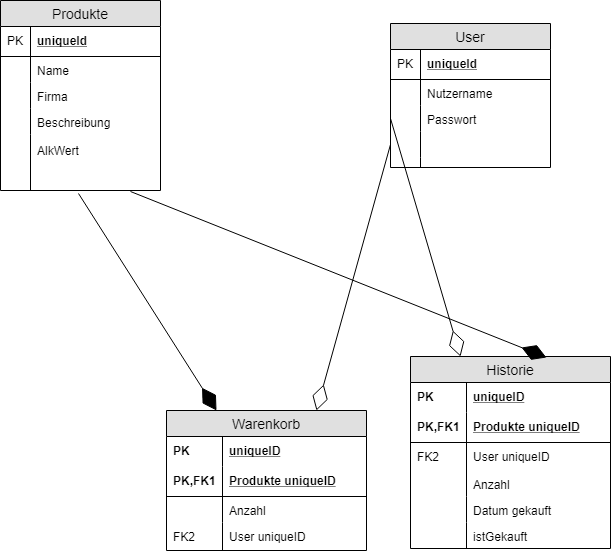
Earlier version of the draw.io export Planung/Datenbank.png (Lubims/partyplaner.lubims). Source tidied: cells renumbered, new cells last; positions are measured from the earlier drawing's top-left corner, leaving out a move shared by most shapes.
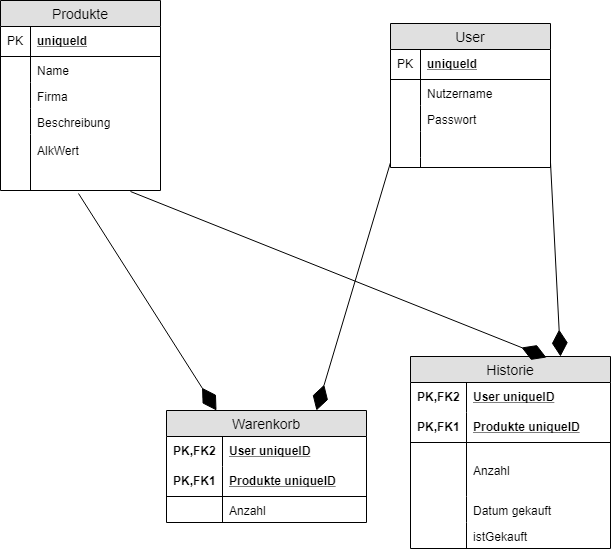
The same diagram one commit later.

Diff of the diagram source:
```diff
@@ -69,12 +69,12 @@
       <mxGeometry width="30" height="10" as="geometry" />
     </mxCell>
     <mxCell id="24" value="Warenkorb" style="swimlane;fontStyle=0;horizontal=1;startSize=26;fillColor=#e0e0e0;swimlaneFillColor=#ffffff;align=center;fontSize=14;" parent="1" vertex="1">
-      <mxGeometry x="166" y="410" width="200" height="140" as="geometry" />
+      <mxGeometry x="166" y="410" width="200" height="112" as="geometry" />
     </mxCell>
-    <mxCell id="25" value="uniqueID" style="shape=partialRectangle;top=0;left=0;right=0;bottom=0;align=left;verticalAlign=middle;fillColor=none;spacingLeft=60;spacingRight=4;overflow=hidden;fontStyle=5;fontSize=12;" parent="24" vertex="1">
+    <mxCell id="25" value="User uniqueID" style="shape=partialRectangle;top=0;left=0;right=0;bottom=0;align=left;verticalAlign=middle;fillColor=none;spacingLeft=60;spacingRight=4;overflow=hidden;fontStyle=5;fontSize=12;" parent="24" vertex="1">
       <mxGeometry y="26" width="200" height="30" as="geometry" />
     </mxCell>
-    <mxCell id="26" value="PK" style="shape=partialRectangle;fontStyle=1;top=0;left=0;bottom=0;fillColor=none;align=left;verticalAlign=middle;spacingLeft=4;spacingRight=4;overflow=hidden;fontSize=12;" parent="25" vertex="1">
+    <mxCell id="26" value="PK,FK2" style="shape=partialRectangle;fontStyle=1;top=0;left=0;bottom=0;fillColor=none;align=left;verticalAlign=middle;spacingLeft=4;spacingRight=4;overflow=hidden;fontSize=12;" parent="25" vertex="1">
       <mxGeometry width="56" height="30" as="geometry" />
     </mxCell>
     <mxCell id="27" value="Produkte uniqueID" style="shape=partialRectangle;top=0;left=0;right=0;bottom=1;align=left;verticalAlign=middle;fillColor=none;spacingLeft=60;spacingRight=4;overflow=hidden;fontStyle=5;fontSize=12;" parent="24" vertex="1">
@@ -89,12 +89,6 @@
     <mxCell id="30" style="shape=partialRectangle;top=0;left=0;bottom=0;fillColor=none;align=left;verticalAlign=top;spacingLeft=4;spacingRight=4;overflow=hidden;fontSize=12;" parent="29" vertex="1">
       <mxGeometry width="56" height="26" as="geometry" />
     </mxCell>
-    <mxCell id="31" value="User uniqueID" style="shape=partialRectangle;top=0;left=0;right=0;bottom=0;align=left;verticalAlign=top;fillColor=none;spacingLeft=60;spacingRight=4;overflow=hidden;fontSize=12;" parent="24" vertex="1">
-      <mxGeometry y="112" width="200" height="28" as="geometry" />
-    </mxCell>
-    <mxCell id="32" value="FK2" style="shape=partialRectangle;top=0;left=0;bottom=0;fillColor=none;align=left;verticalAlign=top;spacingLeft=4;spacingRight=4;overflow=hidden;fontSize=12;" parent="31" vertex="1">
-      <mxGeometry width="56" height="28" as="geometry" />
-    </mxCell>
     <mxCell id="33" value="AlkWert" style="shape=partialRectangle;top=0;left=0;right=0;bottom=0;align=left;verticalAlign=top;fillColor=none;spacingLeft=34;spacingRight=4;overflow=hidden;fontSize=12;" parent="1" vertex="1">
       <mxGeometry y="136" width="160" height="26" as="geometry" />
     </mxCell>
@@ -104,10 +98,10 @@
     <mxCell id="35" value="Historie" style="swimlane;fontStyle=0;horizontal=1;startSize=26;fillColor=#e0e0e0;swimlaneFillColor=#ffffff;align=center;fontSize=14;" parent="1" vertex="1">
       <mxGeometry x="410" y="356" width="200" height="192" as="geometry" />
     </mxCell>
-    <mxCell id="36" value="uniqueID" style="shape=partialRectangle;top=0;left=0;right=0;bottom=0;align=left;verticalAlign=middle;fillColor=none;spacingLeft=60;spacingRight=4;overflow=hidden;fontStyle=5;fontSize=12;" parent="35" vertex="1">
+    <mxCell id="36" value="User uniqueID" style="shape=partialRectangle;top=0;left=0;right=0;bottom=0;align=left;verticalAlign=middle;fillColor=none;spacingLeft=60;spacingRight=4;overflow=hidden;fontStyle=5;fontSize=12;" parent="35" vertex="1">
       <mxGeometry y="26" width="200" height="30" as="geometry" />
     </mxCell>
-    <mxCell id="37" value="PK" style="shape=partialRectangle;fontStyle=1;top=0;left=0;bottom=0;fillColor=none;align=left;verticalAlign=middle;spacingLeft=4;spacingRight=4;overflow=hidden;fontSize=12;" parent="36" vertex="1">
+    <mxCell id="37" value="PK,FK2" style="shape=partialRectangle;fontStyle=1;top=0;left=0;bottom=0;fillColor=none;align=left;verticalAlign=middle;spacingLeft=4;spacingRight=4;overflow=hidden;fontSize=12;" parent="36" vertex="1">
       <mxGeometry width="56" height="30" as="geometry" />
     </mxCell>
     <mxCell id="38" value="Produkte uniqueID" style="shape=partialRectangle;top=0;left=0;right=0;bottom=1;align=left;verticalAlign=middle;fillColor=none;spacingLeft=60;spacingRight=4;overflow=hidden;fontStyle=5;fontSize=12;" parent="35" vertex="1">
@@ -116,10 +110,10 @@
     <mxCell id="39" value="PK,FK1" style="shape=partialRectangle;fontStyle=1;top=0;left=0;bottom=0;fillColor=none;align=left;verticalAlign=middle;spacingLeft=4;spacingRight=4;overflow=hidden;fontSize=12;" parent="38" vertex="1">
       <mxGeometry width="56" height="30" as="geometry" />
     </mxCell>
-    <mxCell id="40" value="User uniqueID&#10;&#10;Anzahl&#10;" style="shape=partialRectangle;top=0;left=0;right=0;bottom=0;align=left;verticalAlign=top;fillColor=none;spacingLeft=60;spacingRight=4;overflow=hidden;fontSize=12;" parent="35" vertex="1">
+    <mxCell id="40" value="&#10;Anzahl&#10;" style="shape=partialRectangle;top=0;left=0;right=0;bottom=0;align=left;verticalAlign=top;fillColor=none;spacingLeft=60;spacingRight=4;overflow=hidden;fontSize=12;" parent="35" vertex="1">
       <mxGeometry y="86" width="200" height="54" as="geometry" />
     </mxCell>
-    <mxCell id="41" value="FK2" style="shape=partialRectangle;top=0;left=0;bottom=0;fillColor=none;align=left;verticalAlign=top;spacingLeft=4;spacingRight=4;overflow=hidden;fontSize=12;" parent="40" vertex="1">
+    <mxCell id="41" style="shape=partialRectangle;top=0;left=0;bottom=0;fillColor=none;align=left;verticalAlign=top;spacingLeft=4;spacingRight=4;overflow=hidden;fontSize=12;" parent="40" vertex="1">
       <mxGeometry width="56" height="54" as="geometry" />
     </mxCell>
     <mxCell id="42" value="Datum gekauft" style="shape=partialRectangle;top=0;left=0;right=0;bottom=0;align=left;verticalAlign=top;fillColor=none;spacingLeft=60;spacingRight=4;overflow=hidden;fontSize=12;" parent="35" vertex="1">
@@ -134,17 +128,17 @@
     <mxCell id="45" style="shape=partialRectangle;top=0;left=0;bottom=0;fillColor=none;align=left;verticalAlign=top;spacingLeft=4;spacingRight=4;overflow=hidden;fontSize=12;" parent="44" vertex="1">
       <mxGeometry width="56" height="26" as="geometry" />
     </mxCell>
-    <mxCell id="46" style="endArrow=diamondThin;endFill=0;endSize=24;html=1;exitX=0;exitY=0.5;exitDx=0;exitDy=0;entryX=0.25;entryY=0;entryDx=0;entryDy=0;" parent="1" edge="1" source="18" target="35">
-      <mxGeometry relative="1" as="geometry" />
-    </mxCell>
     <mxCell id="47" style="endArrow=diamondThin;endFill=1;endSize=24;html=1;entryX=0.678;entryY=0.007;entryDx=0;entryDy=0;exitX=0.81;exitY=1.012;exitDx=0;exitDy=0;exitPerimeter=0;entryPerimeter=0;" parent="1" edge="1" source="11" target="35">
       <mxGeometry relative="1" as="geometry" />
     </mxCell>
-    <mxCell id="48" style="endArrow=diamondThin;endFill=0;endSize=24;html=1;exitX=0;exitY=0.5;exitDx=0;exitDy=0;entryX=0.75;entryY=0;entryDx=0;entryDy=0;" parent="1" edge="1" source="20" target="24">
-      <mxGeometry relative="1" as="geometry" />
-    </mxCell>
     <mxCell id="49" style="endArrow=diamondThin;endFill=1;endSize=24;html=1;entryX=0.25;entryY=0;entryDx=0;entryDy=0;exitX=0.485;exitY=1.048;exitDx=0;exitDy=0;exitPerimeter=0;" parent="1" edge="1" source="11" target="24">
       <mxGeometry relative="1" as="geometry" />
     </mxCell>
+    <mxCell id="50" style="endArrow=diamondThin;endFill=1;endSize=24;html=1;entryX=0.75;entryY=0;entryDx=0;entryDy=0;exitX=1;exitY=0.5;exitDx=0;exitDy=0;" parent="1" edge="1" source="22" target="35">
+      <mxGeometry relative="1" as="geometry" />
+    </mxCell>
+    <mxCell id="51" style="endArrow=diamondThin;endFill=1;endSize=24;html=1;entryX=0.75;entryY=0;entryDx=0;entryDy=0;exitX=0;exitY=0.5;exitDx=0;exitDy=0;" parent="1" edge="1" source="22" target="24">
+      <mxGeometry relative="1" as="geometry" />
+    </mxCell>
   </root>
 </mxGraphModel>
```
